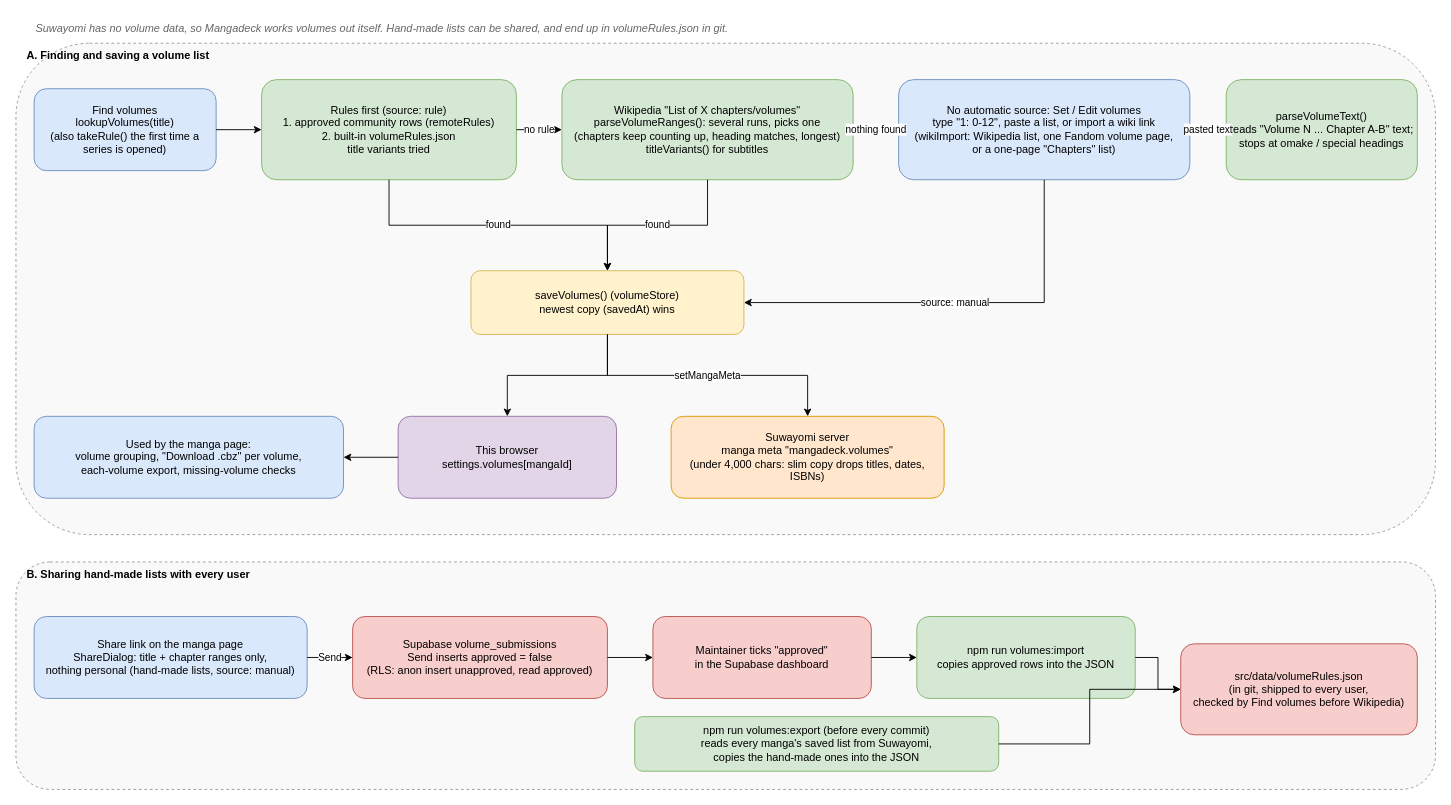
Above: page "2 Volumes and rules" (2 of 3) of docs/architecture.drawio in KingKag3/MangaDeck (draw.io), before the change. Source tidied: cells renumbered, new cells numbered last; positions are measured from the earlier drawing's top-left corner, leaving out a move shared by most shapes. Both pictures are drawn from the tidied source at 91%, with x=0, y=0 at pixel (15, 15).
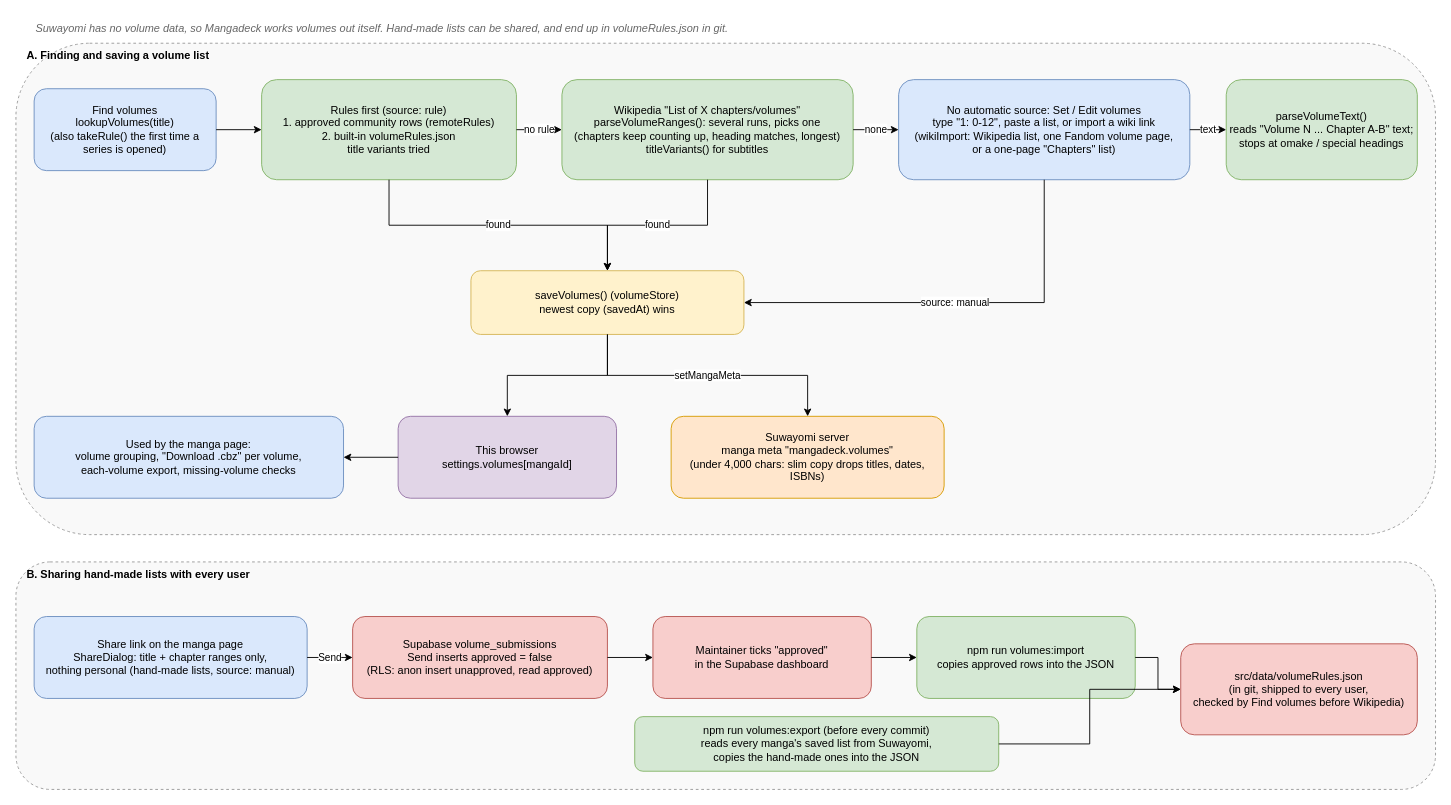
The same page after the edit.

The change refers to these unchanged cells:
```xml
<mxCell id="6" value="Wikipedia &quot;List of X chapters/volumes&quot;&lt;br&gt;parseVolumeRanges(): several runs, picks one&lt;br&gt;(chapters keep counting up, heading matches, longest)&lt;br&gt;titleVariants() for subtitles" style="rounded=1;whiteSpace=wrap;html=1;fillColor=#d5e8d4;strokeColor=#82b366;" parent="1" vertex="1">
  <mxGeometry x="600" y="70" width="320" height="110" as="geometry" />
</mxCell>
<mxCell id="7" value="No automatic source: Set / Edit volumes&lt;br&gt;type &quot;1: 0-12&quot;, paste a list, or import a wiki link&lt;br&gt;(wikiImport: Wikipedia list, one Fandom volume page,&lt;br&gt;or a one-page &quot;Chapters&quot; list)" style="rounded=1;whiteSpace=wrap;html=1;fillColor=#dae8fc;strokeColor=#6c8ebf;" parent="1" vertex="1">
  <mxGeometry x="970" y="70" width="320" height="110" as="geometry" />
</mxCell>
<mxCell id="8" value="parseVolumeText()&lt;br&gt;reads &quot;Volume N ... Chapter A-B&quot; text;&lt;br&gt;stops at omake / special headings" style="rounded=1;whiteSpace=wrap;html=1;fillColor=#d5e8d4;strokeColor=#82b366;" parent="1" vertex="1">
  <mxGeometry x="1330" y="70" width="210" height="110" as="geometry" />
</mxCell>
```

The edit, as a diff of the source:
```diff
@@
-    <mxCell id="22" value="nothing found" style="endArrow=classic;html=1;rounded=0;edgeStyle=orthogonalEdgeStyle;" parent="1" edge="1" source="6" target="7">
+    <mxCell id="22" value="none" style="endArrow=classic;html=1;rounded=0;edgeStyle=orthogonalEdgeStyle;" parent="1" edge="1" source="6" target="7">
       <mxGeometry relative="1" as="geometry" />
     </mxCell>
-    <mxCell id="23" value="pasted text" style="endArrow=classic;html=1;rounded=0;edgeStyle=orthogonalEdgeStyle;" parent="1" edge="1" source="7" target="8">
+    <mxCell id="23" value="text" style="endArrow=classic;html=1;rounded=0;edgeStyle=orthogonalEdgeStyle;" parent="1" edge="1" source="7" target="8">
       <mxGeometry relative="1" as="geometry" />
     </mxCell>
```
